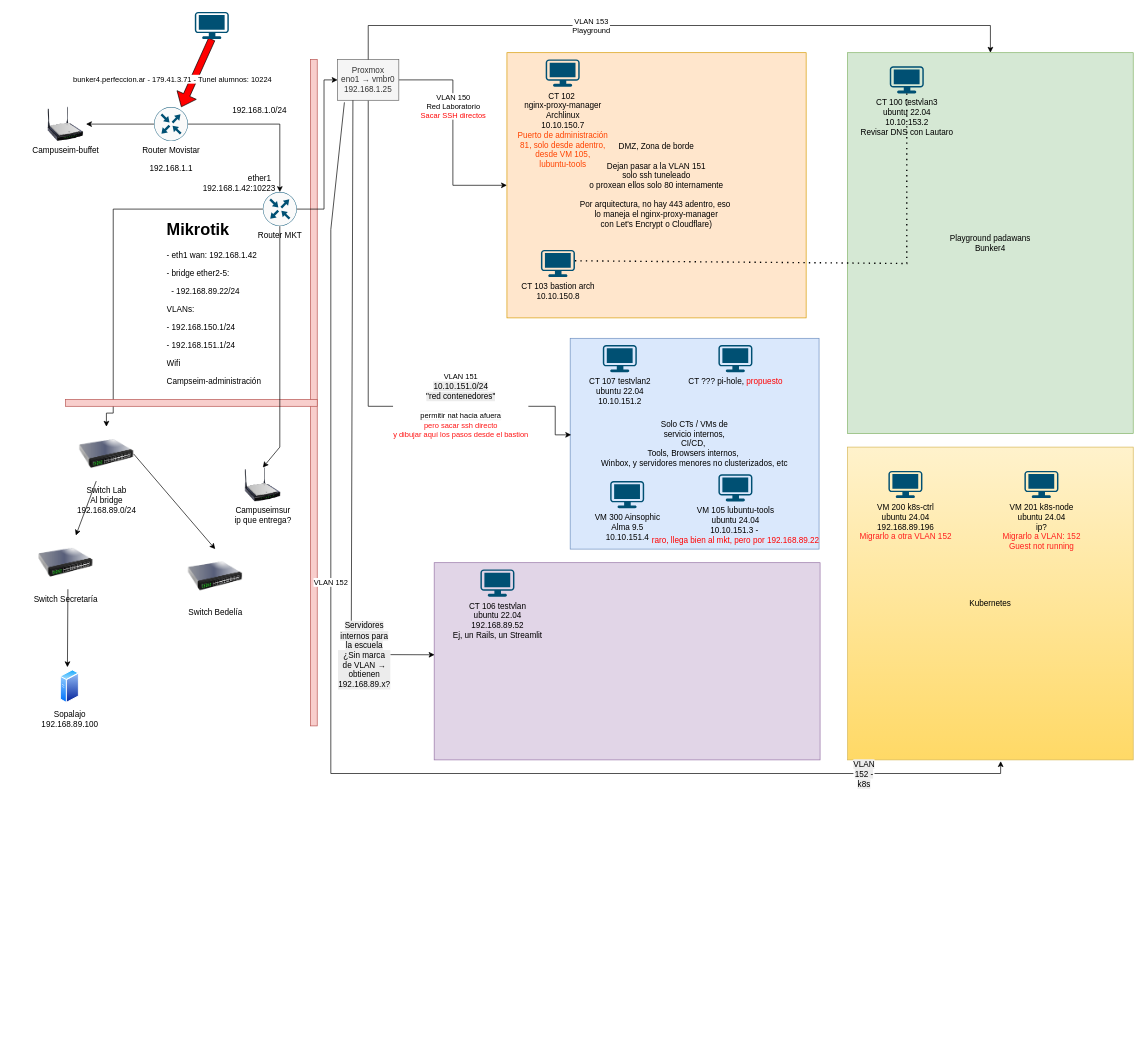
This is red proxmox.drawio from perfeccion-ar/infraestructura-clasica-y-avanzada, a draw.io file, before an edit. Source tidied: cells renumbered, new cells numbered last; positions are measured from the earlier drawing's top-left corner, leaving out a move shared by most shapes. Both pictures are drawn from the tidied source at 68%, with x=0, y=0 at pixel (38, 12). Pictures stored in the file or linked from it are replaced by grey dashed boxes.
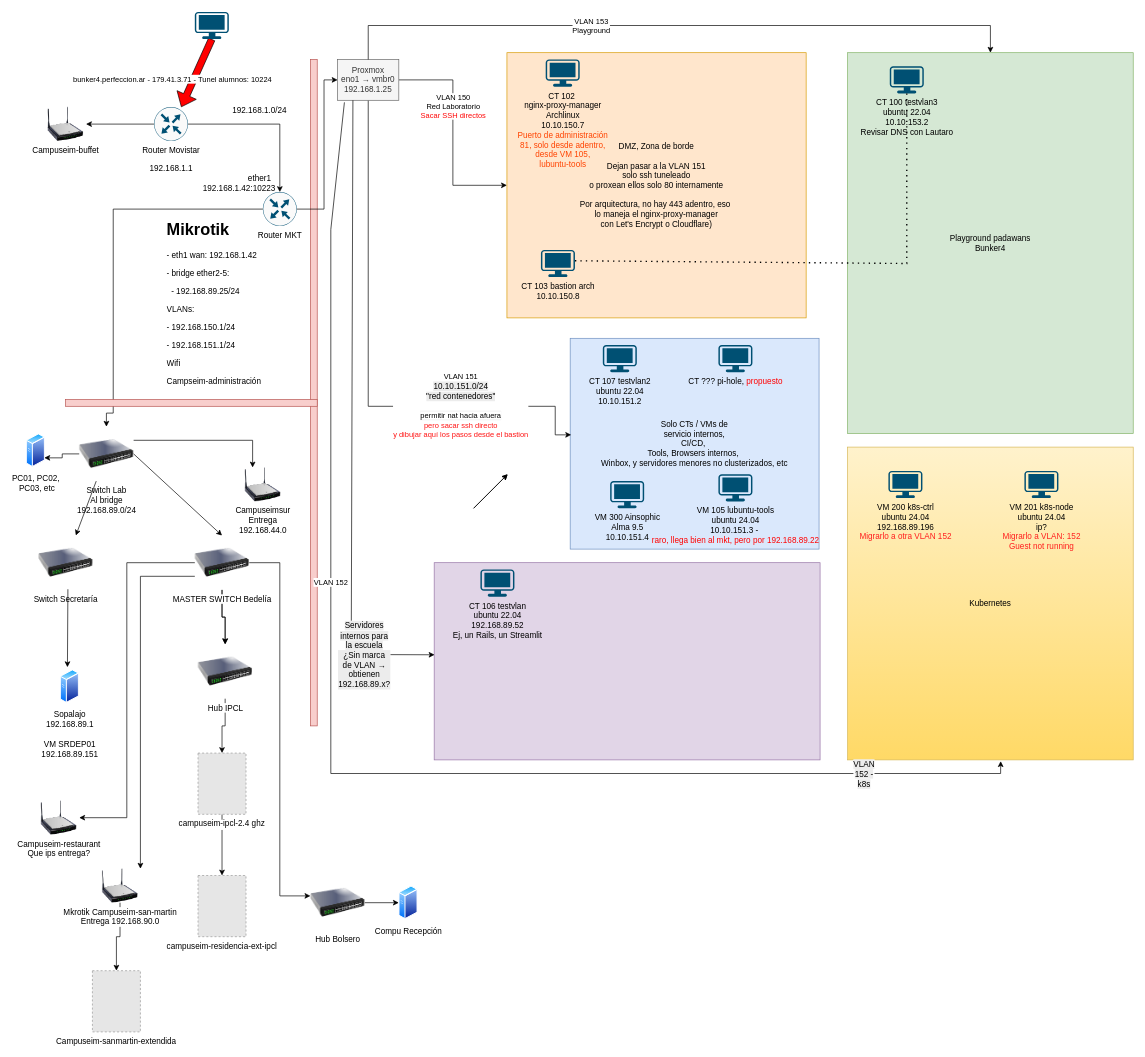
After the change.

Unchanged cells that the change refers to:
```xml
<mxCell id="8" value="Router MKT" style="sketch=0;points=[[0.5,0,0],[1,0.5,0],[0.5,1,0],[0,0.5,0],[0.145,0.145,0],[0.8555,0.145,0],[0.855,0.8555,0],[0.145,0.855,0]];verticalLabelPosition=bottom;html=1;verticalAlign=top;align=center;shape=mxgraph.cisco19.rect;prIcon=router;fillColor=#FAFAFA;strokeColor=#005073;" parent="1" vertex="1">
  <mxGeometry x="330" y="265" width="50" height="50" as="geometry" />
</mxCell>
<mxCell id="42" value="Switch Lab&lt;div&gt;Al bridge&lt;/div&gt;&lt;div&gt;192.168.89.0/24&lt;/div&gt;" style="image;html=1;image=img/lib/clip_art/networking/Switch_128x128.png;" parent="1" vertex="1">
  <mxGeometry x="60" y="610" width="80" height="80" as="geometry" />
</mxCell>
```

Diff of the diagram source:
```diff
@@
-    <mxCell id="37" value="&lt;h1 style=&quot;margin-top: 0px;&quot;&gt;Mikrotik&lt;/h1&gt;&lt;p&gt;- eth1 wan: 192.168.1.42&lt;/p&gt;&lt;p&gt;- bridge ether2-5:&lt;/p&gt;&lt;p&gt;&amp;nbsp; - 192.168.89.22/24&lt;/p&gt;&lt;p&gt;VLANs:&amp;nbsp;&lt;/p&gt;&lt;p&gt;- 192.168.150.1/24&lt;/p&gt;&lt;p&gt;- 192.168.151.1/24&lt;/p&gt;&lt;p&gt;Wifi&lt;/p&gt;&lt;p&gt;Campseim-administración&lt;/p&gt;" style="text;html=1;whiteSpace=wrap;overflow=hidden;rounded=0;" parent="1" vertex="1">
+    <mxCell id="37" value="&lt;h1 style=&quot;margin-top: 0px;&quot;&gt;Mikrotik&lt;/h1&gt;&lt;p&gt;- eth1 wan: 192.168.1.42&lt;/p&gt;&lt;p&gt;- bridge ether2-5:&lt;/p&gt;&lt;p&gt;&amp;nbsp; - 192.168.89.25/24&lt;/p&gt;&lt;p&gt;VLANs:&amp;nbsp;&lt;/p&gt;&lt;p&gt;- 192.168.150.1/24&lt;/p&gt;&lt;p&gt;- 192.168.151.1/24&lt;/p&gt;&lt;p&gt;Wifi&lt;/p&gt;&lt;p&gt;Campseim-administración&lt;/p&gt;" style="text;html=1;whiteSpace=wrap;overflow=hidden;rounded=0;" parent="1" vertex="1">
       <mxGeometry x="187" y="300" width="190" height="260" as="geometry" />
     </mxCell>
-    <mxCell id="38" style="endArrow=classic;html=1;rounded=0;exitX=0.5;exitY=1;exitDx=0;exitDy=0;exitPerimeter=0;entryX=0.5;entryY=0;entryDx=0;entryDy=0;" parent="1" edge="1" source="8" target="39">
-      <mxGeometry relative="1" as="geometry">
-        <Array as="points">
-          <mxPoint x="355" y="640" />
-        </Array>
-      </mxGeometry>
-    </mxCell>
-    <mxCell id="39" value="Campuseimsur&lt;div&gt;ip que entrega?&lt;/div&gt;" style="image;html=1;image=img/lib/clip_art/networking/Wireless_Router_N_128x128.png;" parent="1" vertex="1">
+    <mxCell id="39" value="Campuseimsur&lt;div&gt;Entrega&lt;/div&gt;&lt;div&gt;192.168.44.0&lt;/div&gt;" style="image;html=1;image=img/lib/clip_art/networking/Wireless_Router_N_128x128.png;" parent="1" vertex="1">
       <mxGeometry x="300" y="670" width="60" height="50" as="geometry" />
     </mxCell>
@@
+    <mxCell id="56" style="edgeStyle=orthogonalEdgeStyle;rounded=0;jettySize=auto;html=1;exitX=0;exitY=0.5;exitDx=0;exitDy=0;entryX=1;entryY=0.75;entryDx=0;entryDy=0;" parent="1" edge="1" source="42" target="75">
+      <mxGeometry relative="1" as="geometry" />
+    </mxCell>
+    <mxCell id="57" style="edgeStyle=orthogonalEdgeStyle;rounded=0;jettySize=auto;html=1;exitX=1;exitY=0.25;exitDx=0;exitDy=0;entryX=0.25;entryY=0;entryDx=0;entryDy=0;" parent="1" edge="1" source="42" target="39">
+      <mxGeometry relative="1" as="geometry" />
+    </mxCell>
@@
-    <mxCell id="43" value="Sopalajo&lt;div&gt;&lt;font style=&quot;color: rgb(0, 0, 0);&quot;&gt;192.168.89.100&lt;/font&gt;&lt;/div&gt;" style="image;perimeter=ellipsePerimeter;html=1;align=center;shadow=0;dashed=0;spacingTop=3;image=img/lib/active_directory/generic_server.svg;" parent="1" vertex="1">
+    <mxCell id="43" value="Sopalajo&lt;div&gt;&lt;font style=&quot;color: rgb(0, 0, 0);&quot;&gt;192.168.89.1&lt;/font&gt;&lt;/div&gt;&lt;div&gt;&lt;font style=&quot;color: rgb(0, 0, 0);&quot;&gt;&lt;br&gt;&lt;/font&gt;&lt;/div&gt;&lt;div&gt;&lt;font style=&quot;color: rgb(0, 0, 0);&quot;&gt;VM SRDEP01&lt;/font&gt;&lt;/div&gt;&lt;div&gt;&lt;font style=&quot;color: rgb(0, 0, 0);&quot;&gt;192.168.89.151&lt;/font&gt;&lt;/div&gt;" style="image;perimeter=ellipsePerimeter;html=1;align=center;shadow=0;dashed=0;spacingTop=3;image=img/lib/active_directory/generic_server.svg;" parent="1" vertex="1">
       <mxGeometry x="32" y="967" width="28" height="50" as="geometry" />
     </mxCell>
@@
+    <mxCell id="58" style="edgeStyle=orthogonalEdgeStyle;rounded=0;jettySize=auto;html=1;" parent="1" edge="1" source="47" target="65">
+      <mxGeometry relative="1" as="geometry" />
+    </mxCell>
+    <mxCell id="59" style="edgeStyle=orthogonalEdgeStyle;rounded=0;jettySize=auto;html=1;exitX=0;exitY=0.5;exitDx=0;exitDy=0;" parent="1" edge="1" source="47" target="74">
+      <mxGeometry relative="1" as="geometry">
+        <Array as="points">
+          <mxPoint x="130" y="810" />
+          <mxPoint x="130" y="1185" />
+        </Array>
+      </mxGeometry>
+    </mxCell>
+    <mxCell id="60" style="edgeStyle=orthogonalEdgeStyle;rounded=0;jettySize=auto;html=1;exitX=0;exitY=0.75;exitDx=0;exitDy=0;entryX=1;entryY=0;entryDx=0;entryDy=0;" parent="1" edge="1" source="47" target="72">
+      <mxGeometry relative="1" as="geometry" />
+    </mxCell>
+    <mxCell id="61" style="edgeStyle=orthogonalEdgeStyle;rounded=0;jettySize=auto;html=1;" parent="1" edge="1" source="47" target="65">
+      <mxGeometry relative="1" as="geometry" />
+    </mxCell>
-    <mxCell id="47" value="Switch Bedelía" style="image;html=1;image=img/lib/clip_art/networking/Switch_128x128.png;" parent="1" vertex="1">
-      <mxGeometry x="220" y="790" width="80" height="80" as="geometry" />
+    <mxCell id="47" value="MASTER SWITCH Bedelía" style="image;html=1;image=img/lib/clip_art/networking/Switch_128x128.png;" parent="1" vertex="1">
+      <mxGeometry x="230" y="770" width="80" height="80" as="geometry" />
     </mxCell>
@@
+    <mxCell id="62" style="edgeStyle=orthogonalEdgeStyle;rounded=0;jettySize=auto;html=1;exitX=0.5;exitY=1;exitDx=0;exitDy=0;entryX=0.5;entryY=0;entryDx=0;entryDy=0;" parent="1" edge="1" source="63" target="66">
+      <mxGeometry relative="1" as="geometry" />
+    </mxCell>
+    <mxCell id="63" value="campuseim-ipcl-2.4 ghz" style="fillColor=#E6E6E6;strokeColor=#999999;dashed=1;verticalLabelPosition=bottom;labelBackgroundColor=default;verticalAlign=top;" parent="1" vertex="1">
+      <mxGeometry x="234.7" y="1090" width="70.6" height="90" as="geometry" />
+    </mxCell>
+    <mxCell id="64" style="edgeStyle=orthogonalEdgeStyle;rounded=0;jettySize=auto;html=1;" parent="1" edge="1" source="65" target="63">
+      <mxGeometry relative="1" as="geometry" />
+    </mxCell>
+    <mxCell id="65" value="Hub IPCL" style="image;html=1;image=img/lib/clip_art/networking/Switch_128x128.png;" parent="1" vertex="1">
+      <mxGeometry x="234.6" y="930" width="80" height="80" as="geometry" />
+    </mxCell>
+    <mxCell id="66" value="campuseim-residencia-ext-ipcl" style="fillColor=#E6E6E6;strokeColor=#999999;dashed=1;verticalLabelPosition=bottom;labelBackgroundColor=default;verticalAlign=top;" parent="1" vertex="1">
+      <mxGeometry x="234.7" y="1270" width="70.6" height="90" as="geometry" />
+    </mxCell>
+    <mxCell id="67" style="edgeStyle=orthogonalEdgeStyle;rounded=0;jettySize=auto;html=1;exitX=1;exitY=0.5;exitDx=0;exitDy=0;entryX=0;entryY=0.5;entryDx=0;entryDy=0;" parent="1" edge="1" source="68" target="70">
+      <mxGeometry relative="1" as="geometry" />
+    </mxCell>
+    <mxCell id="68" value="Hub Bolsero" style="image;html=1;image=img/lib/clip_art/networking/Switch_128x128.png;" parent="1" vertex="1">
+      <mxGeometry x="400" y="1270" width="80" height="80" as="geometry" />
+    </mxCell>
+    <mxCell id="69" style="edgeStyle=orthogonalEdgeStyle;rounded=0;jettySize=auto;html=1;entryX=0;entryY=0.375;entryDx=0;entryDy=0;entryPerimeter=0;" parent="1" edge="1" source="47" target="68">
+      <mxGeometry relative="1" as="geometry" />
+    </mxCell>
+    <mxCell id="70" value="Compu Recepción" style="image;perimeter=ellipsePerimeter;html=1;align=center;shadow=0;dashed=0;spacingTop=3;image=img/lib/active_directory/generic_server.svg;" parent="1" vertex="1">
+      <mxGeometry x="530" y="1285" width="28" height="50" as="geometry" />
+    </mxCell>
+    <mxCell id="71" style="edgeStyle=orthogonalEdgeStyle;rounded=0;jettySize=auto;html=1;entryX=0.5;entryY=0;entryDx=0;entryDy=0;" parent="1" edge="1" source="72" target="73">
+      <mxGeometry relative="1" as="geometry" />
+    </mxCell>
+    <mxCell id="72" value="Mkrotik Campuseim-san-martin&lt;div&gt;Entrega 192.168.90.0&lt;/div&gt;" style="image;html=1;image=img/lib/clip_art/networking/Wireless_Router_N_128x128.png;" parent="1" vertex="1">
+      <mxGeometry x="90" y="1260" width="60" height="50" as="geometry" />
+    </mxCell>
+    <mxCell id="73" value="Campuseim-sanmartin-extendida" style="fillColor=#E6E6E6;strokeColor=#999999;dashed=1;verticalLabelPosition=bottom;labelBackgroundColor=default;verticalAlign=top;" parent="1" vertex="1">
+      <mxGeometry x="79.4" y="1410" width="70.6" height="90" as="geometry" />
+    </mxCell>
+    <mxCell id="74" value="Campuseim-restaurant&lt;div&gt;Que ips entrega?&lt;/div&gt;" style="image;html=1;image=img/lib/clip_art/networking/Wireless_Router_N_128x128.png;" parent="1" vertex="1">
+      <mxGeometry y="1160" width="60" height="50" as="geometry" />
+    </mxCell>
+    <mxCell id="75" value="PC01, PC02,&lt;div&gt;&amp;nbsp;PC03, etc&lt;/div&gt;" style="image;perimeter=ellipsePerimeter;html=1;align=center;shadow=0;dashed=0;spacingTop=3;image=img/lib/active_directory/generic_server.svg;" parent="1" vertex="1">
+      <mxGeometry x="-18" y="620" width="28" height="50" as="geometry" />
+    </mxCell>
+    <mxCell id="76" style="endArrow=classic;html=1;rounded=0;" parent="1" edge="1">
+      <mxGeometry relative="1" as="geometry">
+        <mxPoint x="640" y="730" as="sourcePoint" />
+        <mxPoint x="690" y="680" as="targetPoint" />
+      </mxGeometry>
+    </mxCell>
+    <mxCell id="77" style="endArrow=classic;html=1;rounded=0;" parent="1" edge="1">
+      <mxGeometry relative="1" as="geometry">
+        <mxPoint x="640" y="730" as="sourcePoint" />
+        <mxPoint x="690" y="680" as="targetPoint" />
+      </mxGeometry>
+    </mxCell>
```
